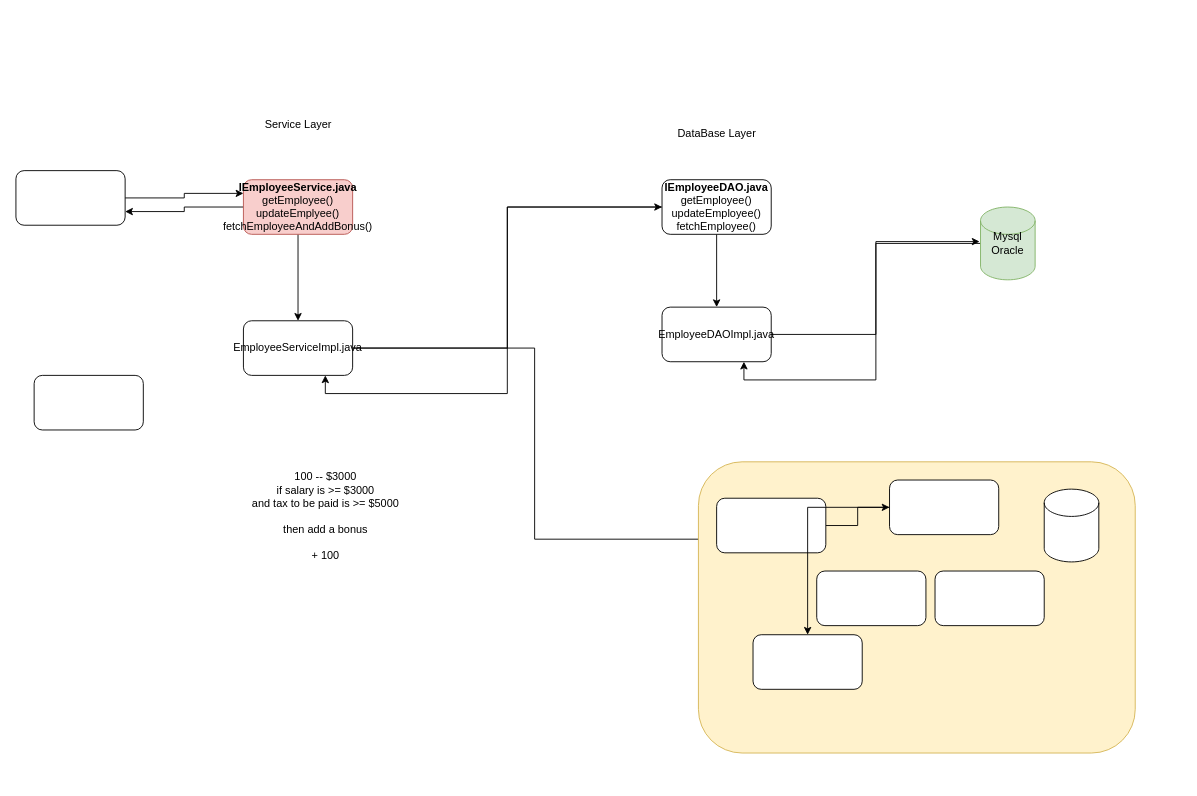
The draw.io diagram page "Layers" (10 of 13) of Batch34.drawio in jayramrout/batch34, before the edit. Source tidied: cells renumbered, new cells numbered last; positions are measured from the earlier drawing's top-left corner, leaving out a move shared by most shapes. Both pictures are drawn from the tidied source at 91%, with x=0, y=0 at pixel (15, 116).
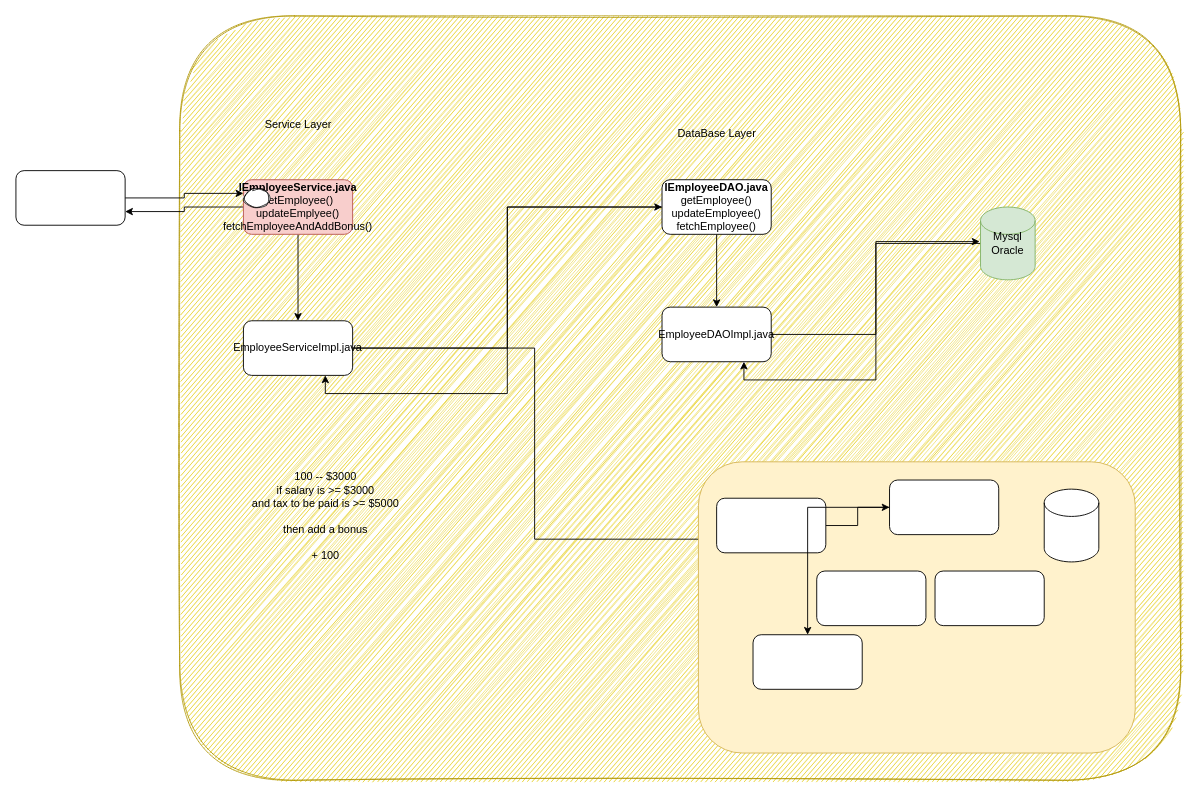
Above is the later version.

What changed in the source:
```diff
@@
+    <mxCell id="30" style="rounded=1;whiteSpace=wrap;html=1;dashed=1;dashPattern=1 1;sketch=1;strokeWidth=1;fontFamily=Comic Sans MS;fillColor=#e3c800;strokeColor=#B09500;fontColor=#ffffff;" parent="1" vertex="1">
+      <mxGeometry x="180" y="-110" width="1100" height="840" as="geometry" />
+    </mxCell>
@@
-    <mxCell id="20" style="whiteSpace=wrap;html=1;rounded=1;" parent="1" vertex="1">
-      <mxGeometry x="20" y="285" width="120" height="60" as="geometry" />
-    </mxCell>
@@
+    <mxCell id="31" style="ellipse;whiteSpace=wrap;html=1;dashed=1;dashPattern=1 1;sketch=1;strokeWidth=1;fontFamily=Comic Sans MS;" parent="1" vertex="1">
+      <mxGeometry x="250" y="80" width="30" height="20" as="geometry" />
+    </mxCell>
```
